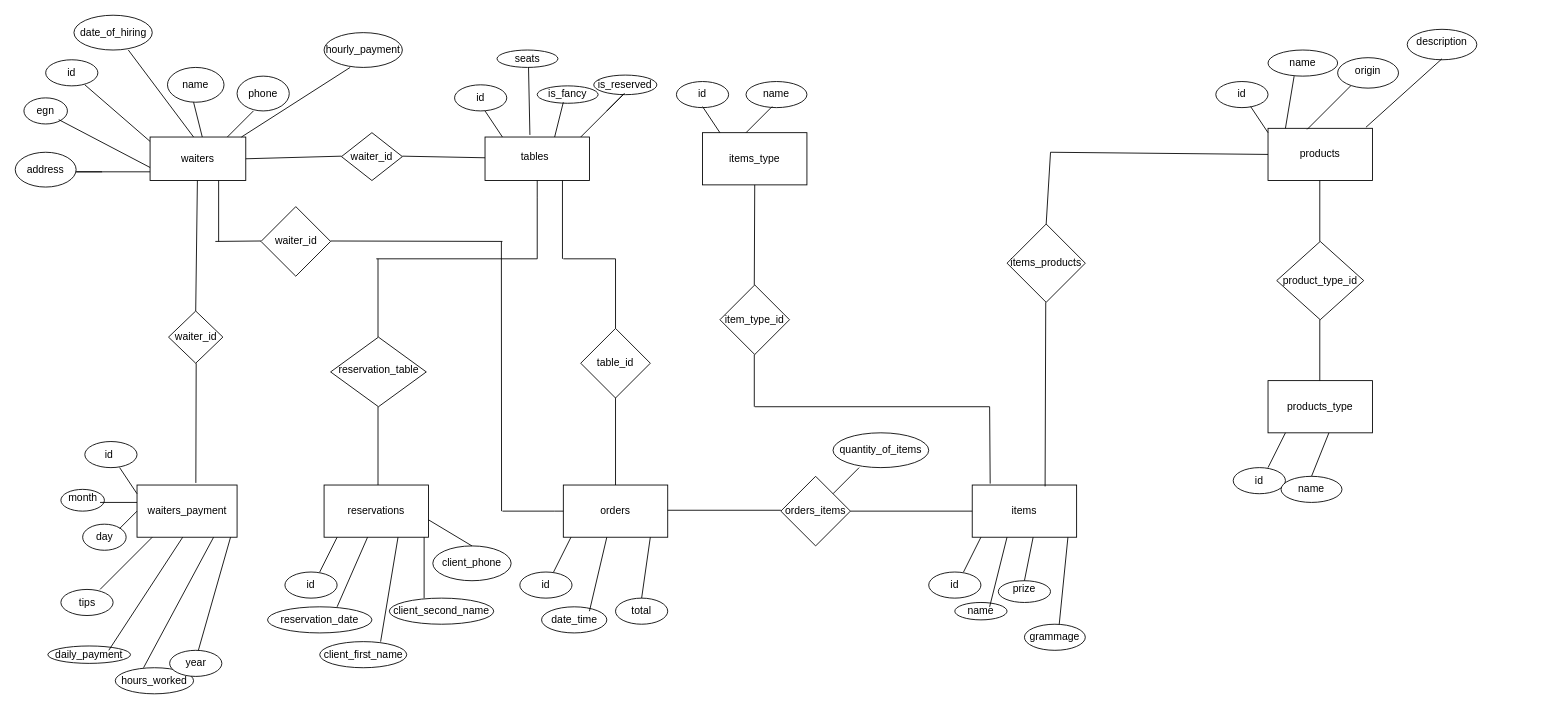
v-petrov/DBProject keeps this draw.io diagram as DBProject_ER.drawio. Above is the earlier version. Source tidied: cells renumbered, new cells numbered last; positions are measured from the earlier drawing's top-left corner, leaving out a move shared by most shapes. Both pictures are drawn from the tidied source at 87%, with x=0, y=0 at pixel (15, 15).
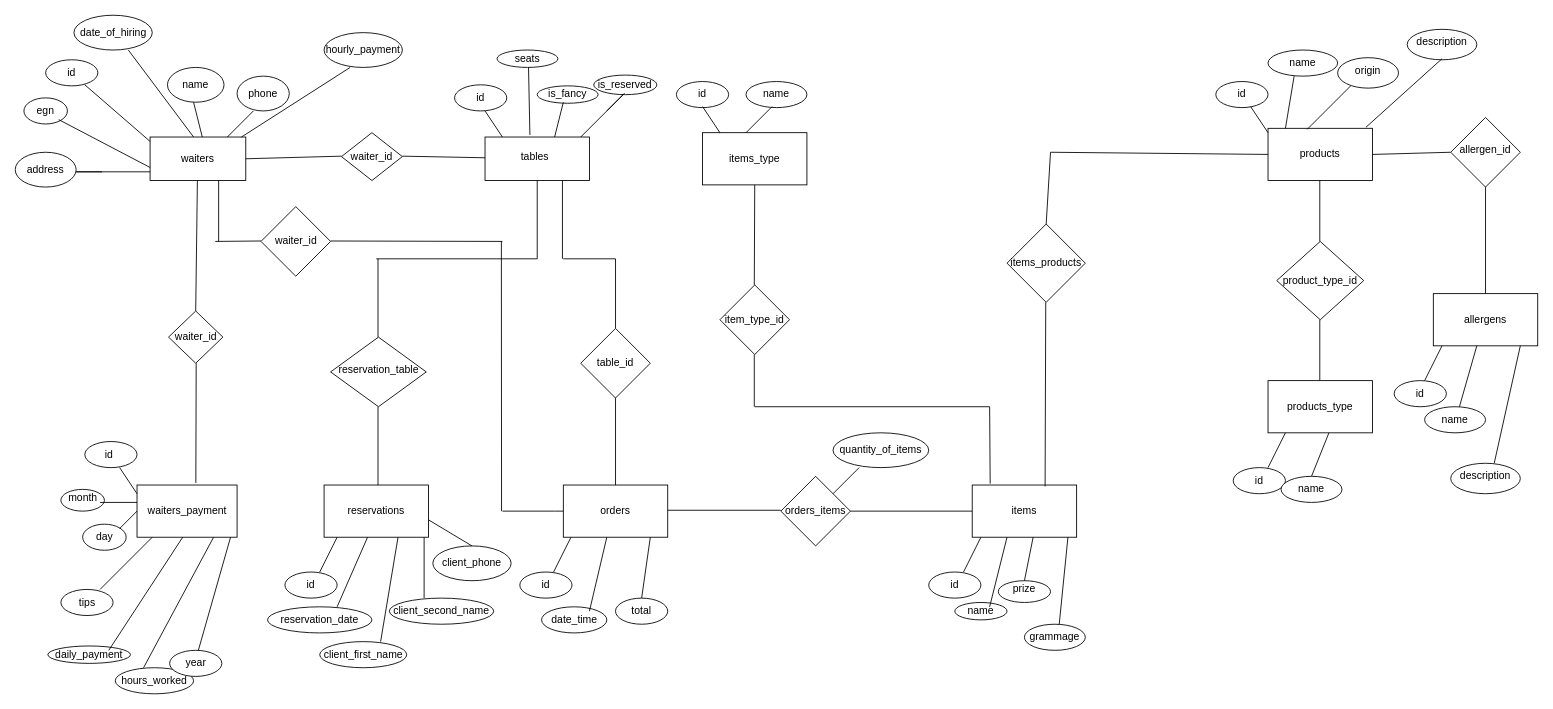
The same diagram, later.

The change refers to these unchanged cells:
```xml
<mxCell id="152" style="rounded=0;whiteSpace=wrap;html=1;" parent="1" vertex="1">
  <mxGeometry x="1440" y="130" width="120" height="60" as="geometry" />
</mxCell>
```

Diff of the diagram source:
```diff
@@
+    <mxCell id="183" style="rounded=0;whiteSpace=wrap;html=1;" parent="1" vertex="1">
+      <mxGeometry x="1630" y="320" width="120" height="60" as="geometry" />
+    </mxCell>
+    <mxCell id="184" value="allergens" style="text;html=1;strokeColor=none;fillColor=none;align=center;verticalAlign=middle;whiteSpace=wrap;rounded=0;" parent="1" vertex="1">
+      <mxGeometry x="1660" y="335" width="60" height="30" as="geometry" />
+    </mxCell>
+    <mxCell id="185" style="edgeStyle=orthogonalEdgeStyle;rounded=0;orthogonalLoop=1;jettySize=auto;html=1;exitX=0.5;exitY=1;exitDx=0;exitDy=0;" parent="1" edge="1">
+      <mxGeometry relative="1" as="geometry">
+        <mxPoint x="1620" y="280" as="sourcePoint" />
+        <mxPoint x="1620" y="280" as="targetPoint" />
+      </mxGeometry>
+    </mxCell>
+    <mxCell id="186" style="ellipse;whiteSpace=wrap;html=1;" parent="1" vertex="1">
+      <mxGeometry x="1585" y="420" width="60" height="30" as="geometry" />
+    </mxCell>
+    <mxCell id="187" value="id" style="text;html=1;strokeColor=none;fillColor=none;align=center;verticalAlign=middle;whiteSpace=wrap;rounded=0;" parent="1" vertex="1">
+      <mxGeometry x="1585" y="420" width="60" height="30" as="geometry" />
+    </mxCell>
+    <mxCell id="188" style="ellipse;whiteSpace=wrap;html=1;" parent="1" vertex="1">
+      <mxGeometry x="1620" y="450" width="70" height="30" as="geometry" />
+    </mxCell>
+    <mxCell id="189" value="name" style="text;html=1;strokeColor=none;fillColor=none;align=center;verticalAlign=middle;whiteSpace=wrap;rounded=0;" parent="1" vertex="1">
+      <mxGeometry x="1625" y="450" width="60" height="30" as="geometry" />
+    </mxCell>
+    <mxCell id="190" style="endArrow=none;html=1;rounded=0;" parent="1" edge="1">
+      <mxGeometry relative="1" as="geometry">
+        <mxPoint x="1620" y="420" as="sourcePoint" />
+        <mxPoint x="1640" y="380" as="targetPoint" />
+      </mxGeometry>
+    </mxCell>
+    <mxCell id="191" style="endArrow=none;html=1;rounded=0;" parent="1" edge="1">
+      <mxGeometry relative="1" as="geometry">
+        <mxPoint x="1660" y="450" as="sourcePoint" />
+        <mxPoint x="1680" y="380" as="targetPoint" />
+      </mxGeometry>
+    </mxCell>
+    <mxCell id="192" style="endArrow=none;html=1;rounded=0;" parent="1" edge="1">
+      <mxGeometry relative="1" as="geometry">
+        <mxPoint x="1700" y="515" as="sourcePoint" />
+        <mxPoint x="1730" y="380" as="targetPoint" />
+      </mxGeometry>
+    </mxCell>
+    <mxCell id="193" style="ellipse;whiteSpace=wrap;html=1;" parent="1" vertex="1">
+      <mxGeometry x="1650" y="515" width="80" height="35" as="geometry" />
+    </mxCell>
+    <mxCell id="194" value="description" style="text;html=1;strokeColor=none;fillColor=none;align=center;verticalAlign=middle;whiteSpace=wrap;rounded=0;" parent="1" vertex="1">
+      <mxGeometry x="1660" y="515" width="60" height="30" as="geometry" />
+    </mxCell>
+    <mxCell id="195" style="rhombus;whiteSpace=wrap;html=1;" parent="1" vertex="1">
+      <mxGeometry x="1650" y="117.5" width="80" height="80" as="geometry" />
+    </mxCell>
+    <mxCell id="196" value="allergen_id" style="text;html=1;strokeColor=none;fillColor=none;align=center;verticalAlign=middle;whiteSpace=wrap;rounded=0;" parent="1" vertex="1">
+      <mxGeometry x="1660" y="140" width="60" height="30" as="geometry" />
+    </mxCell>
+    <mxCell id="197" style="endArrow=none;html=1;rounded=0;exitX=1;exitY=0.5;exitDx=0;exitDy=0;" parent="1" edge="1" source="152">
+      <mxGeometry relative="1" as="geometry">
+        <mxPoint x="1650" y="157.5" as="targetPoint" />
+      </mxGeometry>
+    </mxCell>
+    <mxCell id="198" style="endArrow=none;html=1;rounded=0;exitX=0.5;exitY=0;exitDx=0;exitDy=0;" parent="1" edge="1" source="183">
+      <mxGeometry relative="1" as="geometry">
+        <mxPoint x="1690" y="197.5" as="targetPoint" />
+      </mxGeometry>
+    </mxCell>
```
